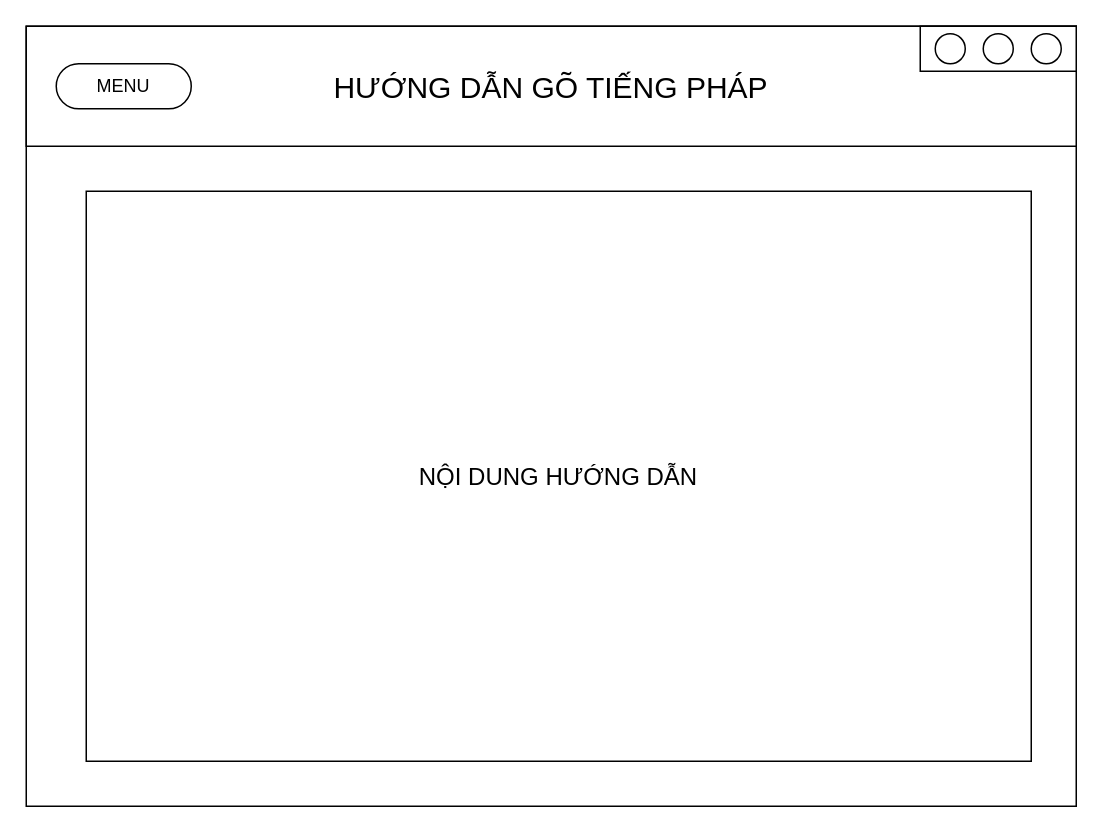
Earlier version of the draw.io diagram page "Hướng dẫn (1)" (5 of 8) of GUI.drawio (Tran-Long-Vu/AppVocabFR). Source tidied: cells renumbered, new cells numbered last; positions are measured from the earlier drawing's top-left corner, leaving out a move shared by most shapes. Both pictures are drawn from the tidied source at 150%, with x=0, y=0 at pixel (26, 26).
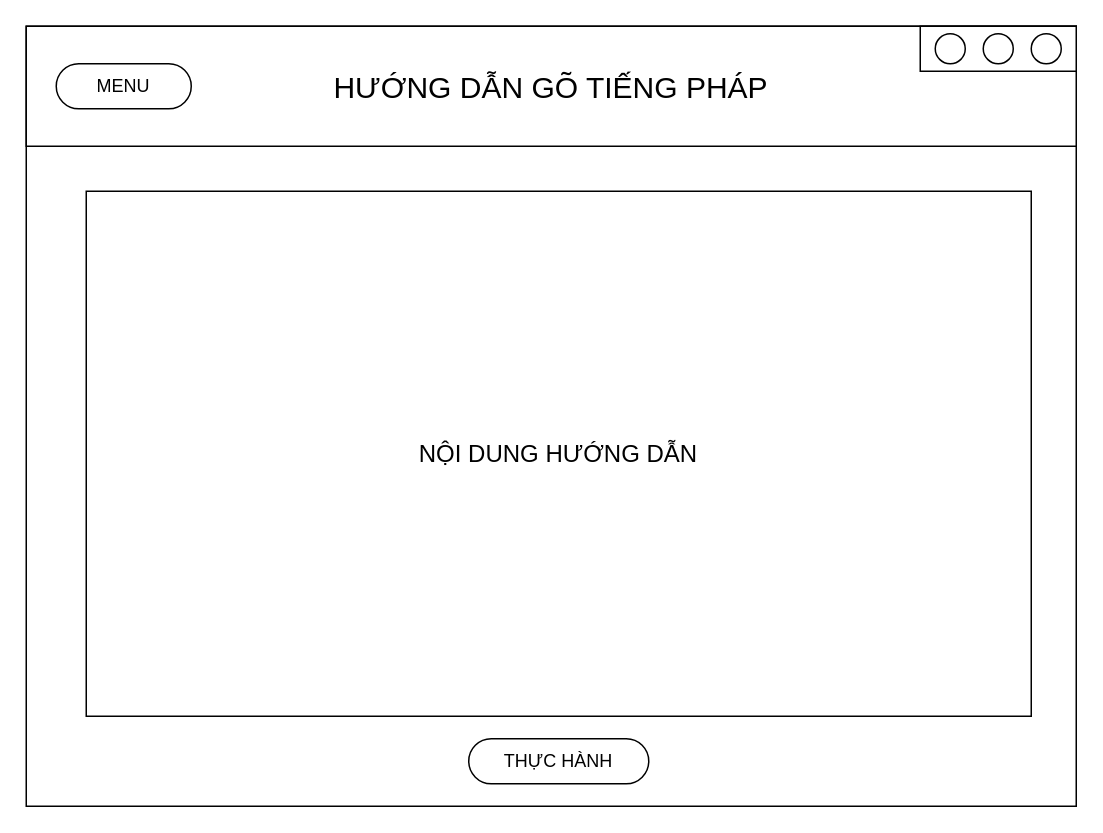
After the change.

Diff of the diagram source:
```diff
@@
 <mxGraphModel>
   <root>
     <mxCell id="0" />
     <mxCell id="1" parent="0" />
     <mxCell id="2" style="rounded=0;whiteSpace=wrap;html=1;" parent="1" vertex="1">
       <mxGeometry width="700" height="520" as="geometry" />
     </mxCell>
     <mxCell id="3" value="&lt;font style=&quot;font-size: 20px;&quot;&gt;HƯỚNG DẪN GÕ TIẾNG PHÁP&lt;/font&gt;" style="rounded=0;whiteSpace=wrap;html=1;" parent="1" vertex="1">
       <mxGeometry width="700" height="80" as="geometry" />
     </mxCell>
     <mxCell id="4" value="&lt;font style=&quot;font-size: 16px;&quot;&gt;NỘI DUNG HƯỚNG DẪN&lt;/font&gt;" style="rounded=0;whiteSpace=wrap;html=1;" parent="1" vertex="1">
-      <mxGeometry x="40" y="110" width="630" height="380" as="geometry" />
+      <mxGeometry x="40" y="110" width="630" height="350" as="geometry" />
     </mxCell>
     <mxCell id="5" style="group;" parent="1" vertex="1">
       <mxGeometry x="596" width="104" height="30" as="geometry" />
     </mxCell>
     <mxCell id="6" style="group;" parent="5" vertex="1">
       <mxGeometry width="104" height="30" as="geometry" />
     </mxCell>
     <mxCell id="7" style="rounded=0;whiteSpace=wrap;html=1;" parent="6" vertex="1">
       <mxGeometry width="104" height="30" as="geometry" />
     </mxCell>
     <mxCell id="8" style="ellipse;whiteSpace=wrap;html=1;" parent="6" vertex="1">
       <mxGeometry x="10" y="5" width="20" height="20" as="geometry" />
     </mxCell>
     <mxCell id="9" style="ellipse;whiteSpace=wrap;html=1;" parent="6" vertex="1">
       <mxGeometry x="42" y="5" width="20" height="20" as="geometry" />
     </mxCell>
     <mxCell id="10" style="ellipse;whiteSpace=wrap;html=1;" parent="6" vertex="1">
       <mxGeometry x="74" y="5" width="20" height="20" as="geometry" />
     </mxCell>
     <mxCell id="11" value="MENU" style="rounded=1;whiteSpace=wrap;html=1;arcSize=50;" parent="1" vertex="1">
       <mxGeometry x="20" y="25" width="90" height="30" as="geometry" />
     </mxCell>
+    <mxCell id="12" value="THỰC HÀNH" style="rounded=1;whiteSpace=wrap;html=1;arcSize=50;" parent="1" vertex="1">
+      <mxGeometry x="295" y="475" width="120" height="30" as="geometry" />
+    </mxCell>
   </root>
 </mxGraphModel>
```
